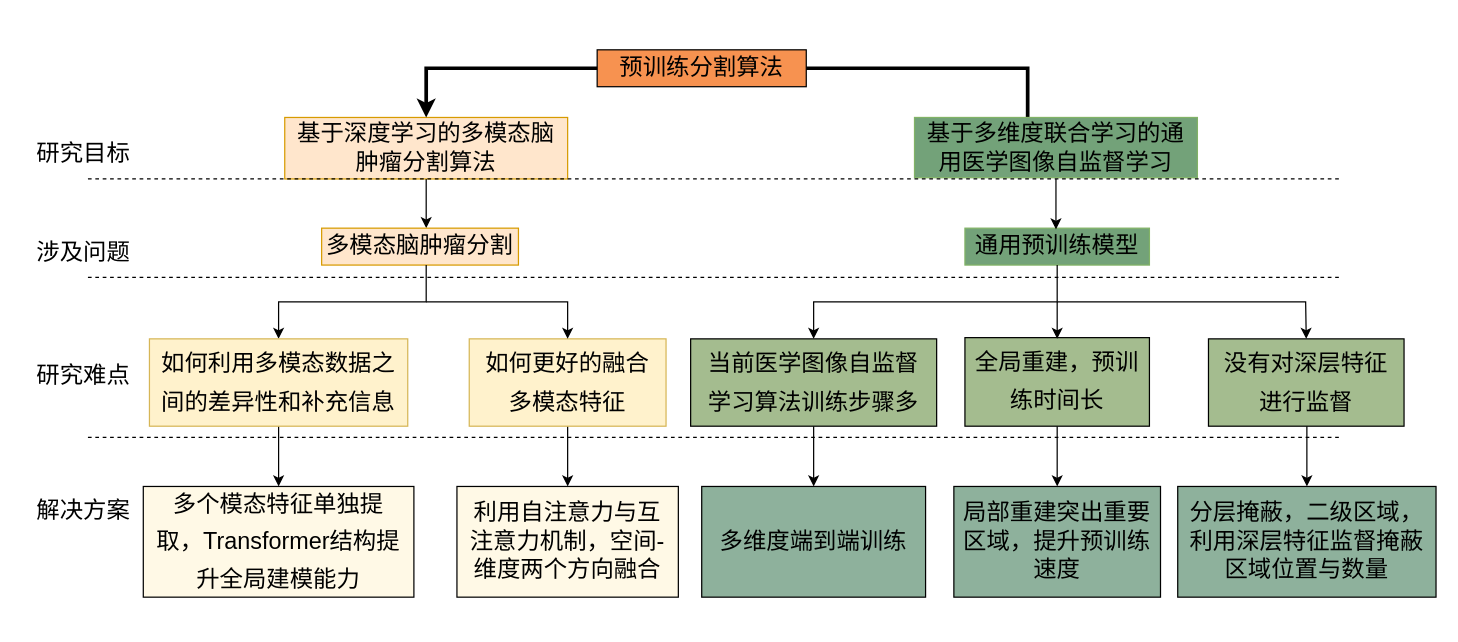
Above: Untitled Diagram.drawio in 920232796/test (draw.io), before the change. Source tidied: cells renumbered, new cells numbered last; positions are measured from the earlier drawing's top-left corner, leaving out a move shared by most shapes. Both pictures are drawn from the tidied source at 123%, with x=0, y=0 at pixel (21, 49).
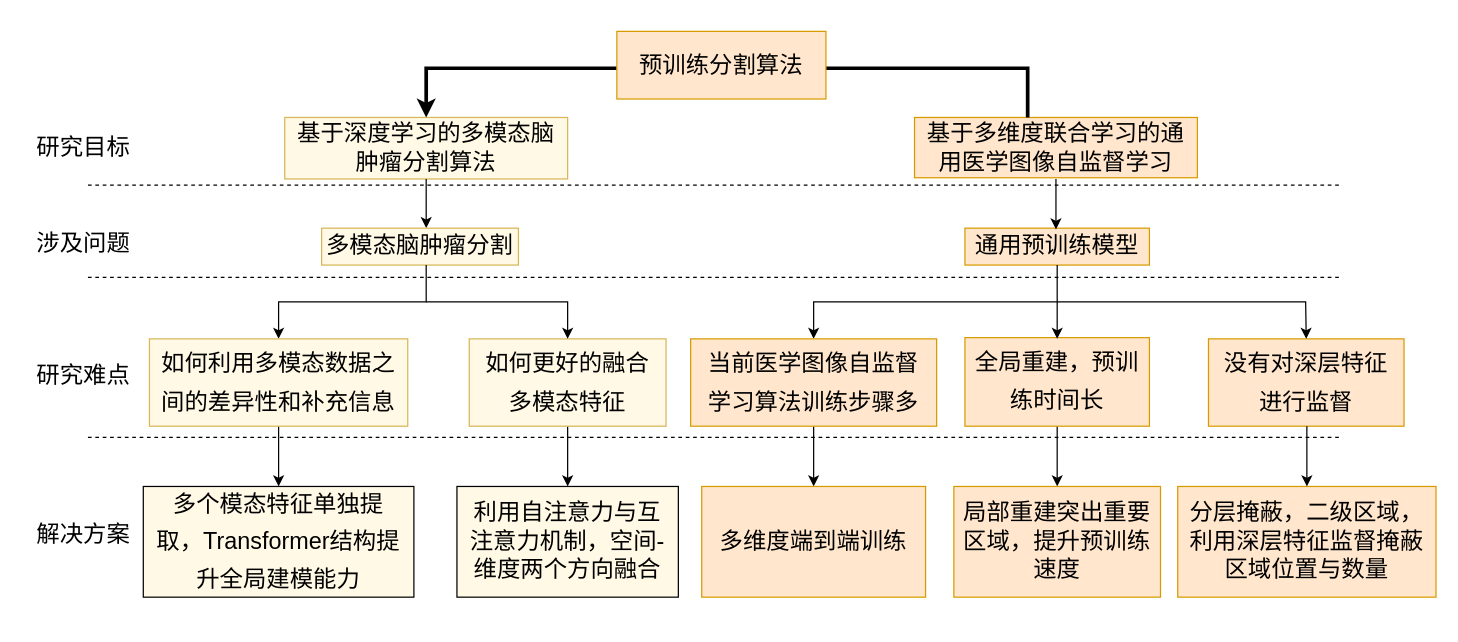
Above is the later version.

Change to the diagram source:
```diff
@@
-    <mxCell id="2" value="&lt;span style=&quot;font-size: 19px;&quot;&gt;基于深度学习的多模态脑肿瘤分割算法&lt;/span&gt;" style="rounded=0;whiteSpace=wrap;html=1;fontSize=19;spacing=3;fillColor=#ffe6cc;strokeColor=#d79b00;fontStyle=0;" parent="1" vertex="1">
+    <mxCell id="2" value="&lt;span style=&quot;font-size: 19px;&quot;&gt;基于深度学习的多模态脑肿瘤分割算法&lt;/span&gt;" style="rounded=0;whiteSpace=wrap;html=1;fontSize=19;spacing=3;fillColor=#fff9e6;strokeColor=#d6b656;fontStyle=0;" parent="1" vertex="1">
       <mxGeometry x="214" y="55" width="230" height="50" as="geometry" />
     </mxCell>
-    <mxCell id="3" style="edgeStyle=orthogonalEdgeStyle;rounded=0;jettySize=auto;html=1;entryX=0.5;entryY=0;entryDx=0;entryDy=0;fontSize=19;strokeWidth=3;fontStyle=0;" parent="1" edge="1" source="4" target="2">
+    <mxCell id="3" style="edgeStyle=orthogonalEdgeStyle;rounded=0;jettySize=auto;html=1;entryX=0.5;entryY=0;entryDx=0;entryDy=0;fontSize=19;strokeWidth=3;fontStyle=0;" parent="1" edge="1" source="35" target="2">
       <mxGeometry relative="1" as="geometry">
         <Array as="points">
-          <mxPoint x="818" y="15" />
           <mxPoint x="329" y="15" />
         </Array>
       </mxGeometry>
     </mxCell>
-    <mxCell id="4" value="&lt;span style=&quot;font-size: 19px;&quot;&gt;基于多维度联合学习的通用医学图像自监督学习&lt;/span&gt;" style="rounded=0;whiteSpace=wrap;html=1;fontSize=19;spacing=3;fillColor=#73A279;strokeColor=#82b366;fontStyle=0;" parent="1" vertex="1">
+    <mxCell id="4" value="&lt;span style=&quot;font-size: 19px;&quot;&gt;基于多维度联合学习的通用医学图像自监督学习&lt;/span&gt;" style="rounded=0;whiteSpace=wrap;html=1;fontSize=19;spacing=3;fillColor=#ffe6cc;strokeColor=#d79b00;fontStyle=0;" parent="1" vertex="1">
       <mxGeometry x="726" y="55" width="230" height="49" as="geometry" />
     </mxCell>
@@
-    <mxCell id="6" value="&lt;span style=&quot;font-size: 19px;&quot;&gt;多模态脑肿瘤分割&lt;/span&gt;" style="rounded=0;whiteSpace=wrap;html=1;fontSize=19;fontStyle=0;fillColor=#ffe6cc;strokeColor=#d79b00;" parent="1" vertex="1">
+    <mxCell id="6" value="&lt;span style=&quot;font-size: 19px;&quot;&gt;多模态脑肿瘤分割&lt;/span&gt;" style="rounded=0;whiteSpace=wrap;html=1;fontSize=19;fontStyle=0;fillColor=#fff9e6;strokeColor=#d6b656;" parent="1" vertex="1">
       <mxGeometry x="244" y="145" width="160" height="30" as="geometry" />
     </mxCell>
-    <mxCell id="7" value="&lt;span style=&quot;font-size: 19px;&quot;&gt;通用预训练模型&lt;/span&gt;" style="rounded=0;whiteSpace=wrap;html=1;fontSize=19;fontStyle=0;fillColor=#73A279;strokeColor=#82b366;" parent="1" vertex="1">
+    <mxCell id="7" value="&lt;span style=&quot;font-size: 19px;&quot;&gt;通用预训练模型&lt;/span&gt;" style="rounded=0;whiteSpace=wrap;html=1;fontSize=19;fontStyle=0;fillColor=#ffe6cc;strokeColor=#d79b00;" parent="1" vertex="1">
       <mxGeometry x="767" y="145" width="150" height="30" as="geometry" />
     </mxCell>
@@
-    <mxCell id="11" value="&lt;span style=&quot;line-height: 1.6; font-size: 19px;&quot;&gt;如何利用多模态数据之间的差异性和补充信息&lt;/span&gt;" style="rounded=0;whiteSpace=wrap;html=1;spacingTop=0;spacing=9;fontSize=19;fontStyle=0;fillColor=#fff2cc;strokeColor=#d6b656;" parent="1" vertex="1">
+    <mxCell id="11" value="&lt;span style=&quot;line-height: 1.6; font-size: 19px;&quot;&gt;如何利用多模态数据之间的差异性和补充信息&lt;/span&gt;" style="rounded=0;whiteSpace=wrap;html=1;spacingTop=0;spacing=9;fontSize=19;fontStyle=0;fillColor=#fff9e6;strokeColor=#d6b656;" parent="1" vertex="1">
       <mxGeometry x="104" y="235" width="210" height="71" as="geometry" />
     </mxCell>
@@
-    <mxCell id="13" value="&lt;span style=&quot;line-height: 1.6; font-size: 19px;&quot;&gt;如何更好的融合多模态特征&lt;/span&gt;" style="rounded=0;whiteSpace=wrap;html=1;spacingTop=0;spacing=9;fontSize=19;fontStyle=0;fillColor=#fff2cc;strokeColor=#d6b656;" parent="1" vertex="1">
+    <mxCell id="13" value="&lt;span style=&quot;line-height: 1.6; font-size: 19px;&quot;&gt;如何更好的融合多模态特征&lt;/span&gt;" style="rounded=0;whiteSpace=wrap;html=1;spacingTop=0;spacing=9;fontSize=19;fontStyle=0;fillColor=#fff9e6;strokeColor=#d6b656;" parent="1" vertex="1">
       <mxGeometry x="364" y="235" width="160" height="71" as="geometry" />
     </mxCell>
@@
-    <mxCell id="17" value="&lt;span style=&quot;line-height: 1.6; font-size: 19px;&quot;&gt;当前医学图像自监督学习算法训练步骤多&lt;/span&gt;" style="rounded=0;whiteSpace=wrap;html=1;spacingTop=0;spacing=9;fontSize=19;fontStyle=0;fillColor=#A4BC8F;" parent="1" vertex="1">
+    <mxCell id="17" value="&lt;span style=&quot;line-height: 1.6; font-size: 19px;&quot;&gt;当前医学图像自监督学习算法训练步骤多&lt;/span&gt;" style="rounded=0;whiteSpace=wrap;html=1;spacingTop=0;spacing=9;fontSize=19;fontStyle=0;fillColor=#ffe6cc;strokeColor=#d79b00;" parent="1" vertex="1">
       <mxGeometry x="544" y="235" width="200" height="71" as="geometry" />
     </mxCell>
-    <mxCell id="18" value="&lt;span style=&quot;line-height: 1.6; font-size: 19px;&quot;&gt;没有对深层特征进行监督&lt;/span&gt;" style="rounded=0;whiteSpace=wrap;html=1;spacingTop=0;spacing=9;fontSize=19;fontStyle=0;fillColor=#A4BC8F;" parent="1" vertex="1">
+    <mxCell id="18" value="&lt;span style=&quot;line-height: 1.6; font-size: 19px;&quot;&gt;没有对深层特征进行监督&lt;/span&gt;" style="rounded=0;whiteSpace=wrap;html=1;spacingTop=0;spacing=9;fontSize=19;fontStyle=0;fillColor=#ffe6cc;strokeColor=#d79b00;" parent="1" vertex="1">
       <mxGeometry x="965" y="235" width="159" height="71" as="geometry" />
     </mxCell>
@@
-    <mxCell id="21" value="&lt;span style=&quot;line-height: 1.6; font-size: 19px;&quot;&gt;全局重建，预训练时间长&lt;/span&gt;" style="rounded=0;whiteSpace=wrap;html=1;spacingTop=0;spacing=9;fontSize=19;fontStyle=0;fillColor=#A4BC8F;" parent="1" vertex="1">
+    <mxCell id="21" value="&lt;span style=&quot;line-height: 1.6; font-size: 19px;&quot;&gt;全局重建，预训练时间长&lt;/span&gt;" style="rounded=0;whiteSpace=wrap;html=1;spacingTop=0;spacing=9;fontSize=19;fontStyle=0;fillColor=#ffe6cc;strokeColor=#d79b00;" parent="1" vertex="1">
       <mxGeometry x="767" y="234" width="150" height="72" as="geometry" />
     </mxCell>
@@
-    <mxCell id="25" value="多维度端到端训练" style="whiteSpace=wrap;html=1;fontSize=19;rounded=0;spacingTop=0;spacing=9;fontStyle=0;fillColor=#8EB19C;" parent="1" vertex="1">
+    <mxCell id="25" value="多维度端到端训练" style="whiteSpace=wrap;html=1;fontSize=19;rounded=0;spacingTop=0;spacing=9;fontStyle=0;fillColor=#ffe6cc;strokeColor=#d79b00;" parent="1" vertex="1">
       <mxGeometry x="553" y="355" width="182" height="90" as="geometry" />
     </mxCell>
-    <mxCell id="26" value="局部重建突出重要区域，提升预训练速度" style="whiteSpace=wrap;html=1;fontSize=19;rounded=0;spacingTop=0;spacing=9;fontStyle=0;fillColor=#8EB19C;" parent="1" vertex="1">
+    <mxCell id="26" value="局部重建突出重要区域，提升预训练速度" style="whiteSpace=wrap;html=1;fontSize=19;rounded=0;spacingTop=0;spacing=9;fontStyle=0;fillColor=#ffe6cc;strokeColor=#d79b00;" parent="1" vertex="1">
       <mxGeometry x="758" y="355" width="168" height="90" as="geometry" />
     </mxCell>
-    <mxCell id="27" value="分层掩蔽，二级区域，利用深层特征监督掩蔽区域位置与数量" style="whiteSpace=wrap;html=1;fontSize=19;rounded=0;spacingTop=0;spacing=9;fontStyle=0;fillColor=#8EB19C;" parent="1" vertex="1">
+    <mxCell id="27" value="分层掩蔽，二级区域，利用深层特征监督掩蔽区域位置与数量" style="whiteSpace=wrap;html=1;fontSize=19;rounded=0;spacingTop=0;spacing=9;fontStyle=0;fillColor=#ffe6cc;strokeColor=#d79b00;" parent="1" vertex="1">
       <mxGeometry x="940" y="355" width="210" height="90" as="geometry" />
     </mxCell>
     <mxCell id="28" style="endArrow=none;dashed=1;html=1;rounded=0;fontSize=13;fontColor=none;fontStyle=0;" parent="1" edge="1">
       <mxGeometry relative="1" as="geometry">
-        <mxPoint x="54" y="105" as="sourcePoint" />
-        <mxPoint x="1074" y="105" as="targetPoint" />
+        <mxPoint x="54" y="110" as="sourcePoint" />
+        <mxPoint x="1074" y="110" as="targetPoint" />
       </mxGeometry>
     </mxCell>
@@
     <mxCell id="31" value="&lt;font style=&quot;font-size: 19px;&quot;&gt;研究目标&lt;/font&gt;" style="text;html=1;align=center;verticalAlign=middle;strokeColor=none;fillColor=none;fontSize=19;fontColor=none;fontStyle=0;" parent="1" vertex="1">
-      <mxGeometry y="65" width="100" height="40" as="geometry" />
+      <mxGeometry y="60" width="100" height="40" as="geometry" />
     </mxCell>
     <mxCell id="32" value="&lt;font style=&quot;font-size: 19px;&quot;&gt;涉及问题&lt;/font&gt;" style="text;html=1;align=center;verticalAlign=middle;strokeColor=none;fillColor=none;fontSize=19;fontColor=none;fontStyle=0;" parent="1" vertex="1">
-      <mxGeometry y="145" width="100" height="40" as="geometry" />
+      <mxGeometry y="138" width="100" height="40" as="geometry" />
     </mxCell>
@@
     <mxCell id="34" value="&lt;font style=&quot;font-size: 19px;&quot;&gt;解决方案&lt;/font&gt;" style="text;html=1;align=center;verticalAlign=middle;strokeColor=none;fillColor=none;fontSize=19;fontColor=none;fontStyle=0;" parent="1" vertex="1">
-      <mxGeometry y="355" width="100" height="40" as="geometry" />
+      <mxGeometry y="375" width="100" height="40" as="geometry" />
     </mxCell>
+    <mxCell id="36" style="edgeStyle=orthogonalEdgeStyle;rounded=0;orthogonalLoop=1;jettySize=auto;html=1;fontSize=19;fontColor=none;fontStyle=0;" parent="1" edge="1">
+      <mxGeometry relative="1" as="geometry">
+        <mxPoint x="1045" y="306" as="sourcePoint" />
+        <mxPoint x="1045" y="355" as="targetPoint" />
+      </mxGeometry>
+    </mxCell>
+    <mxCell id="37" style="edgeStyle=orthogonalEdgeStyle;rounded=0;jettySize=auto;html=1;entryX=0.5;entryY=0;entryDx=0;entryDy=0;fontSize=19;strokeWidth=3;fontStyle=0;" parent="1" edge="1" source="4" target="35">
+      <mxGeometry relative="1" as="geometry">
+        <Array as="points">
+          <mxPoint x="818" y="15" />
+        </Array>
+      </mxGeometry>
+    </mxCell>
-    <mxCell id="35" value="&lt;span style=&quot;font-size: 19px;&quot;&gt;预训练分割算法&lt;/span&gt;" style="rounded=0;whiteSpace=wrap;html=1;fontSize=19;fillColor=#F79250;fontStyle=0;" parent="1" vertex="1">
-      <mxGeometry x="468" width="170" height="30" as="geometry" />
+    <mxCell id="35" value="&lt;span style=&quot;font-size: 19px;&quot;&gt;预训练分割算法&lt;/span&gt;" style="rounded=0;whiteSpace=wrap;html=1;fontSize=19;fillColor=#ffe6cc;fontStyle=0;strokeColor=#d79b00;" parent="1" vertex="1">
+      <mxGeometry x="484" y="-15" width="170" height="55" as="geometry" />
     </mxCell>
-    <mxCell id="36" style="edgeStyle=orthogonalEdgeStyle;rounded=0;orthogonalLoop=1;jettySize=auto;html=1;fontSize=19;fontColor=none;fontStyle=0;" parent="1" edge="1">
-      <mxGeometry relative="1" as="geometry">
-        <mxPoint x="1045" y="306" as="sourcePoint" />
-        <mxPoint x="1045" y="355" as="targetPoint" />
-      </mxGeometry>
-    </mxCell>
```
